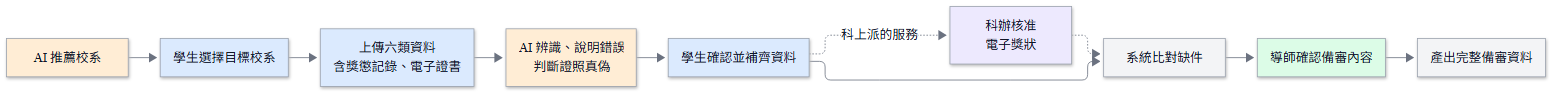
Earlier version of the Mermaid export docs/images/D-15-report-overview.png (vujhdcusa/1028). Its source is kept beside it as docs/images/D-15-report-overview.mmd.
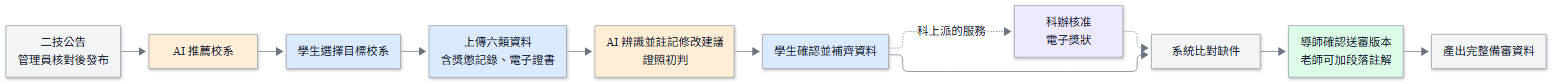
Above is the later version.

Diff of the diagram source:
```diff
@@ -6,13 +6,14 @@
     classDef staff fill:#EDE9FE,stroke:#9CA3AF,color:#111827,stroke-width:1px;
     classDef ai fill:#FFEDD5,stroke:#9CA3AF,color:#111827,stroke-width:1px;
 
+    Notice[二技公告<br/>管理員核對後發布]:::system --> Recommend
     Recommend[AI 推薦校系]:::ai --> Target[學生選擇目標校系]:::student
     Target --> Upload[上傳六類資料<br/>含獎懲記錄、電子證書]:::student
-    Upload --> Check[AI 辨識、說明錯誤<br/>判斷證照真偽]:::ai
+    Upload --> Check[AI 辨識並註記修改建議<br/>證照初判]:::ai
     Check --> Confirm[學生確認並補齊資料]:::student
     Confirm -.科上派的服務.-> Staff[科辦核准<br/>電子獎狀]:::staff
     Staff -.-> Core
     Confirm --> Core[系統比對缺件]:::system
     Core --> Teacher
-    Teacher[導師確認備審內容]:::teacher
+    Teacher[導師確認送審版本<br/>老師可加段落註解]:::teacher
     Teacher --> Output[產出完整備審資料]:::system
```
